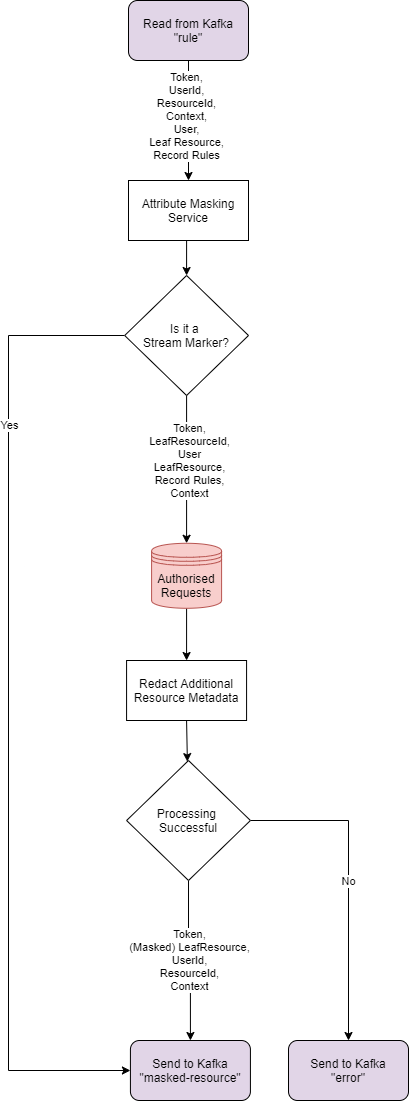
gchq/Palisade-services keeps this draw.io diagram as attribute-masking-service/doc/attribute-masking-service.png. Above is the earlier version. Source tidied: cells renumbered, new cells last; positions are measured from the earlier drawing's top-left corner, leaving out a move shared by most shapes.
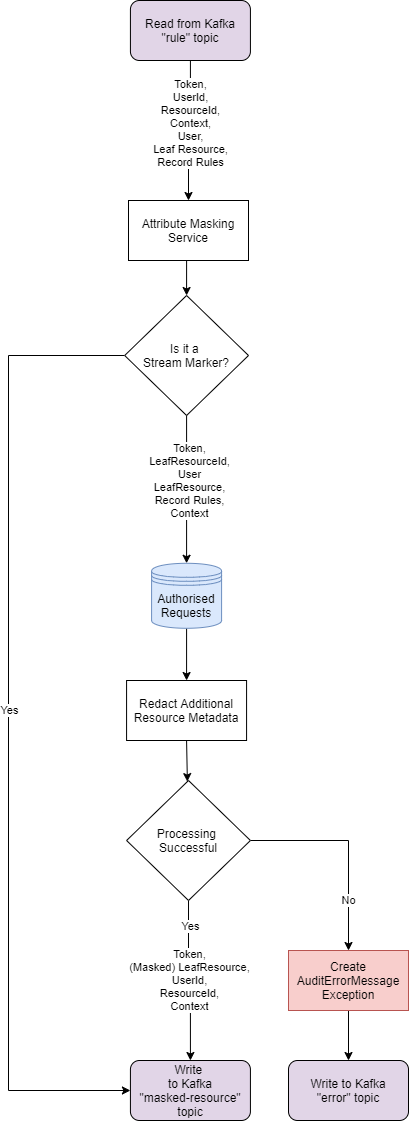
After the change.

What changed in the source:
```diff
@@ -13,11 +13,11 @@
     </mxCell>
     <mxCell id="5" value="&lt;span style=&quot;font-family: &amp;#34;helvetica&amp;#34;&quot;&gt;Token,&lt;/span&gt;&lt;br style=&quot;font-family: &amp;#34;helvetica&amp;#34;&quot;&gt;&lt;span style=&quot;font-family: &amp;#34;helvetica&amp;#34;&quot;&gt;UserId,&lt;/span&gt;&lt;br style=&quot;font-family: &amp;#34;helvetica&amp;#34;&quot;&gt;&lt;span style=&quot;font-family: &amp;#34;helvetica&amp;#34;&quot;&gt;ResourceId,&lt;/span&gt;&lt;br style=&quot;font-family: &amp;#34;helvetica&amp;#34;&quot;&gt;&lt;span style=&quot;font-family: &amp;#34;helvetica&amp;#34;&quot;&gt;Context,&lt;/span&gt;&lt;br style=&quot;font-family: &amp;#34;helvetica&amp;#34;&quot;&gt;&lt;span style=&quot;font-family: &amp;#34;helvetica&amp;#34;&quot;&gt;User,&lt;/span&gt;&lt;br style=&quot;font-family: &amp;#34;helvetica&amp;#34;&quot;&gt;&lt;span style=&quot;font-family: &amp;#34;helvetica&amp;#34;&quot;&gt;Leaf Resource,&lt;br&gt;Record Rules&lt;br&gt;&lt;/span&gt;" style="edgeLabel;html=1;align=center;verticalAlign=middle;" parent="4" vertex="1">
       <mxGeometry x="-0.23" y="-3" relative="1" as="geometry">
-        <mxPoint y="9" as="offset" />
+        <mxPoint x="3" y="9" as="offset" />
       </mxGeometry>
     </mxCell>
-    <mxCell id="6" value="&lt;div&gt;Read from Kafka&lt;/div&gt;&lt;div&gt;&quot;rule&quot;&lt;br&gt;&lt;/div&gt;" style="rounded=1;whiteSpace=wrap;html=1;fillColor=#E1D5E7;" parent="1" vertex="1">
-      <mxGeometry x="120" width="120" height="60" as="geometry" />
+    <mxCell id="6" value="&lt;div&gt;Read from Kafka&lt;/div&gt;&lt;div&gt;&quot;rule&quot; topic&lt;/div&gt;" style="rounded=1;whiteSpace=wrap;html=1;fillColor=#E1D5E7;" parent="1" vertex="1">
+      <mxGeometry x="121.9" y="-20" width="120" height="60" as="geometry" />
     </mxCell>
     <mxCell id="7" style="edgeStyle=orthogonalEdgeStyle;rounded=0;jettySize=auto;html=1;exitX=0;exitY=0.5;exitDx=0;exitDy=0;entryX=0;entryY=0.5;entryDx=0;entryDy=0;" parent="1" edge="1" source="11" target="12">
       <mxGeometry relative="1" as="geometry">
@@ -29,7 +29,7 @@
     </mxCell>
     <mxCell id="8" value="Yes" style="edgeLabel;html=1;align=center;verticalAlign=middle;" parent="7" vertex="1">
       <mxGeometry x="-0.73" y="73" relative="1" as="geometry">
-        <mxPoint x="-73" y="73" as="offset" />
+        <mxPoint x="-73" y="338" as="offset" />
       </mxGeometry>
     </mxCell>
     <mxCell id="9" style="edgeStyle=orthogonalEdgeStyle;rounded=0;jettySize=auto;html=1;exitX=0.5;exitY=1;exitDx=0;exitDy=0;entryX=0.5;entryY=0;entryDx=0;entryDy=0;" parent="1" edge="1" source="11" target="15">
@@ -43,7 +43,7 @@
     <mxCell id="11" value="Is it a &lt;br&gt;Stream Marker?" style="rhombus;whiteSpace=wrap;html=1;" parent="1" vertex="1">
       <mxGeometry x="116.2" y="275" width="123.8" height="120" as="geometry" />
     </mxCell>
-    <mxCell id="12" value="&lt;div&gt;Send to Kafka&lt;/div&gt;&lt;div&gt;&quot;masked-resource&quot;&lt;br&gt;&lt;/div&gt;" style="rounded=1;whiteSpace=wrap;html=1;fillColor=#E1D5E7;" parent="1" vertex="1">
+    <mxCell id="12" value="&lt;div&gt;Write&amp;nbsp;&lt;/div&gt;&lt;div&gt;to Kafka&lt;/div&gt;&lt;div&gt;&quot;masked-resource&quot; topic&lt;br&gt;&lt;/div&gt;" style="rounded=1;whiteSpace=wrap;html=1;fillColor=#E1D5E7;" parent="1" vertex="1">
       <mxGeometry x="121.9" y="1040" width="120" height="60" as="geometry" />
     </mxCell>
     <mxCell id="13" value="Redact Additional Resource Metadata" style="rounded=0;whiteSpace=wrap;html=1;" parent="1" vertex="1">
@@ -52,23 +52,32 @@
     <mxCell id="14" style="edgeStyle=orthogonalEdgeStyle;rounded=0;jettySize=auto;html=1;exitX=0.5;exitY=1;exitDx=0;exitDy=0;entryX=0.5;entryY=0;entryDx=0;entryDy=0;" parent="1" edge="1" source="15" target="13">
       <mxGeometry relative="1" as="geometry" />
     </mxCell>
-    <mxCell id="15" value="Authorised Requests" style="shape=datastore;whiteSpace=wrap;html=1;fillColor=#f8cecc;strokeColor=#b85450;" parent="1" vertex="1">
+    <mxCell id="15" value="Authorised Requests" style="shape=datastore;whiteSpace=wrap;html=1;fillColor=#dae8fc;strokeColor=#6c8ebf;" parent="1" vertex="1">
       <mxGeometry x="143.1" y="542.8" width="70" height="65" as="geometry" />
     </mxCell>
+    <mxCell id="17" value="&lt;span style=&quot;color: rgb(0 , 0 , 0) ; font-family: &amp;#34;helvetica&amp;#34; ; font-size: 11px ; font-style: normal ; font-weight: 400 ; letter-spacing: normal ; text-align: center ; text-indent: 0px ; text-transform: none ; word-spacing: 0px ; background-color: rgb(255 , 255 , 255) ; display: inline ; float: none&quot;&gt;Token,&lt;/span&gt;&lt;br style=&quot;color: rgb(0 , 0 , 0) ; font-family: &amp;#34;helvetica&amp;#34; ; font-size: 11px ; font-style: normal ; font-weight: 400 ; letter-spacing: normal ; text-align: center ; text-indent: 0px ; text-transform: none ; word-spacing: 0px&quot;&gt;&lt;span style=&quot;color: rgb(0 , 0 , 0) ; font-family: &amp;#34;helvetica&amp;#34; ; font-size: 11px ; font-style: normal ; font-weight: 400 ; letter-spacing: normal ; text-align: center ; text-indent: 0px ; text-transform: none ; word-spacing: 0px ; background-color: rgb(255 , 255 , 255) ; display: inline ; float: none&quot;&gt;(Masked) LeafResource,&lt;/span&gt;&lt;br style=&quot;color: rgb(0 , 0 , 0) ; font-family: &amp;#34;helvetica&amp;#34; ; font-size: 11px ; font-style: normal ; font-weight: 400 ; letter-spacing: normal ; text-align: center ; text-indent: 0px ; text-transform: none ; word-spacing: 0px&quot;&gt;&lt;span style=&quot;color: rgb(0 , 0 , 0) ; font-family: &amp;#34;helvetica&amp;#34; ; font-size: 11px ; font-style: normal ; font-weight: 400 ; letter-spacing: normal ; text-align: center ; text-indent: 0px ; text-transform: none ; word-spacing: 0px ; background-color: rgb(255 , 255 , 255) ; display: inline ; float: none&quot;&gt;UserId,&lt;/span&gt;&lt;br style=&quot;color: rgb(0 , 0 , 0) ; font-family: &amp;#34;helvetica&amp;#34; ; font-size: 11px ; font-style: normal ; font-weight: 400 ; letter-spacing: normal ; text-align: center ; text-indent: 0px ; text-transform: none ; word-spacing: 0px&quot;&gt;&lt;span style=&quot;color: rgb(0 , 0 , 0) ; font-family: &amp;#34;helvetica&amp;#34; ; font-size: 11px ; font-style: normal ; font-weight: 400 ; letter-spacing: normal ; text-align: center ; text-indent: 0px ; text-transform: none ; word-spacing: 0px ; background-color: rgb(255 , 255 , 255) ; display: inline ; float: none&quot;&gt;ResourceId,&lt;/span&gt;&lt;br style=&quot;color: rgb(0 , 0 , 0) ; font-family: &amp;#34;helvetica&amp;#34; ; font-size: 11px ; font-style: normal ; font-weight: 400 ; letter-spacing: normal ; text-align: center ; text-indent: 0px ; text-transform: none ; word-spacing: 0px&quot;&gt;&lt;span style=&quot;color: rgb(0 , 0 , 0) ; font-family: &amp;#34;helvetica&amp;#34; ; font-size: 11px ; font-style: normal ; font-weight: 400 ; letter-spacing: normal ; text-align: center ; text-indent: 0px ; text-transform: none ; word-spacing: 0px ; background-color: rgb(255 , 255 , 255) ; display: inline ; float: none&quot;&gt;Context&lt;/span&gt;" style="edgeStyle=orthogonalEdgeStyle;rounded=0;jettySize=auto;html=1;exitX=0.5;exitY=1;exitDx=0;exitDy=0;entryX=0.5;entryY=0;entryDx=0;entryDy=0;" parent="1" edge="1" source="18" target="12">
+      <mxGeometry relative="1" as="geometry" />
+    </mxCell>
+    <mxCell id="21" value="Yes" style="edgeLabel;html=1;align=center;verticalAlign=middle;" parent="17" vertex="1">
+      <mxGeometry x="-0.69" y="1" relative="1" as="geometry" />
+    </mxCell>
-    <mxCell id="16" value="No" style="edgeStyle=orthogonalEdgeStyle;rounded=0;jettySize=auto;html=1;exitX=1;exitY=0.5;exitDx=0;exitDy=0;entryX=0.5;entryY=0;entryDx=0;entryDy=0;" parent="1" edge="1" source="18" target="19">
-      <mxGeometry relative="1" as="geometry" />
+    <mxCell id="16" value="No" style="edgeStyle=orthogonalEdgeStyle;rounded=0;jettySize=auto;html=1;exitX=1;exitY=0.5;exitDx=0;exitDy=0;entryX=0.5;entryY=0;entryDx=0;entryDy=0;" parent="1" edge="1" source="18" target="23">
+      <mxGeometry x="0.52" relative="1" as="geometry" />
     </mxCell>
-    <mxCell id="17" value="&lt;span style=&quot;color: rgb(0 , 0 , 0) ; font-family: &amp;#34;helvetica&amp;#34; ; font-size: 11px ; font-style: normal ; font-weight: 400 ; letter-spacing: normal ; text-align: center ; text-indent: 0px ; text-transform: none ; word-spacing: 0px ; background-color: rgb(255 , 255 , 255) ; display: inline ; float: none&quot;&gt;Token,&lt;/span&gt;&lt;br style=&quot;color: rgb(0 , 0 , 0) ; font-family: &amp;#34;helvetica&amp;#34; ; font-size: 11px ; font-style: normal ; font-weight: 400 ; letter-spacing: normal ; text-align: center ; text-indent: 0px ; text-transform: none ; word-spacing: 0px&quot;&gt;&lt;span style=&quot;color: rgb(0 , 0 , 0) ; font-family: &amp;#34;helvetica&amp;#34; ; font-size: 11px ; font-style: normal ; font-weight: 400 ; letter-spacing: normal ; text-align: center ; text-indent: 0px ; text-transform: none ; word-spacing: 0px ; background-color: rgb(255 , 255 , 255) ; display: inline ; float: none&quot;&gt;(Masked) LeafResource,&lt;/span&gt;&lt;br style=&quot;color: rgb(0 , 0 , 0) ; font-family: &amp;#34;helvetica&amp;#34; ; font-size: 11px ; font-style: normal ; font-weight: 400 ; letter-spacing: normal ; text-align: center ; text-indent: 0px ; text-transform: none ; word-spacing: 0px&quot;&gt;&lt;span style=&quot;color: rgb(0 , 0 , 0) ; font-family: &amp;#34;helvetica&amp;#34; ; font-size: 11px ; font-style: normal ; font-weight: 400 ; letter-spacing: normal ; text-align: center ; text-indent: 0px ; text-transform: none ; word-spacing: 0px ; background-color: rgb(255 , 255 , 255) ; display: inline ; float: none&quot;&gt;UserId,&lt;/span&gt;&lt;br style=&quot;color: rgb(0 , 0 , 0) ; font-family: &amp;#34;helvetica&amp;#34; ; font-size: 11px ; font-style: normal ; font-weight: 400 ; letter-spacing: normal ; text-align: center ; text-indent: 0px ; text-transform: none ; word-spacing: 0px&quot;&gt;&lt;span style=&quot;color: rgb(0 , 0 , 0) ; font-family: &amp;#34;helvetica&amp;#34; ; font-size: 11px ; font-style: normal ; font-weight: 400 ; letter-spacing: normal ; text-align: center ; text-indent: 0px ; text-transform: none ; word-spacing: 0px ; background-color: rgb(255 , 255 , 255) ; display: inline ; float: none&quot;&gt;ResourceId,&lt;/span&gt;&lt;br style=&quot;color: rgb(0 , 0 , 0) ; font-family: &amp;#34;helvetica&amp;#34; ; font-size: 11px ; font-style: normal ; font-weight: 400 ; letter-spacing: normal ; text-align: center ; text-indent: 0px ; text-transform: none ; word-spacing: 0px&quot;&gt;&lt;span style=&quot;color: rgb(0 , 0 , 0) ; font-family: &amp;#34;helvetica&amp;#34; ; font-size: 11px ; font-style: normal ; font-weight: 400 ; letter-spacing: normal ; text-align: center ; text-indent: 0px ; text-transform: none ; word-spacing: 0px ; background-color: rgb(255 , 255 , 255) ; display: inline ; float: none&quot;&gt;Context&lt;/span&gt;" style="edgeStyle=orthogonalEdgeStyle;rounded=0;jettySize=auto;html=1;exitX=0.5;exitY=1;exitDx=0;exitDy=0;entryX=0.5;entryY=0;entryDx=0;entryDy=0;" parent="1" edge="1" source="18" target="12">
-      <mxGeometry relative="1" as="geometry" />
-    </mxCell>
     <mxCell id="18" value="Processing &lt;br&gt;Successful" style="rhombus;whiteSpace=wrap;html=1;" parent="1" vertex="1">
       <mxGeometry x="118.1" y="760" width="123.8" height="120" as="geometry" />
     </mxCell>
-    <mxCell id="19" value="&lt;div&gt;Send to Kafka&lt;/div&gt;&lt;div&gt;&quot;error&quot;&lt;br&gt;&lt;/div&gt;" style="rounded=1;whiteSpace=wrap;html=1;fillColor=#E1D5E7;" parent="1" vertex="1">
+    <mxCell id="19" value="&lt;div&gt;Write to Kafka&lt;/div&gt;&lt;div&gt;&quot;error&quot; topic&lt;/div&gt;" style="rounded=1;whiteSpace=wrap;html=1;fillColor=#E1D5E7;" parent="1" vertex="1">
       <mxGeometry x="280" y="1040" width="120" height="60" as="geometry" />
     </mxCell>
     <mxCell id="20" style="endArrow=classic;html=1;exitX=0.5;exitY=1;exitDx=0;exitDy=0;" parent="1" edge="1" source="13" target="18">
       <mxGeometry relative="1" as="geometry" />
     </mxCell>
+    <mxCell id="22" style="edgeStyle=orthogonalEdgeStyle;rounded=0;jettySize=auto;html=1;exitX=0.5;exitY=1;exitDx=0;exitDy=0;entryX=0.5;entryY=0;entryDx=0;entryDy=0;" parent="1" edge="1" source="23" target="19">
+      <mxGeometry relative="1" as="geometry" />
+    </mxCell>
+    <mxCell id="23" value="Create AuditErrorMessage Exception" style="rounded=0;whiteSpace=wrap;html=1;fillColor=#f8cecc;strokeColor=#b85450;" parent="1" vertex="1">
+      <mxGeometry x="280" y="930" width="120" height="60" as="geometry" />
+    </mxCell>
   </root>
 </mxGraphModel>
```
